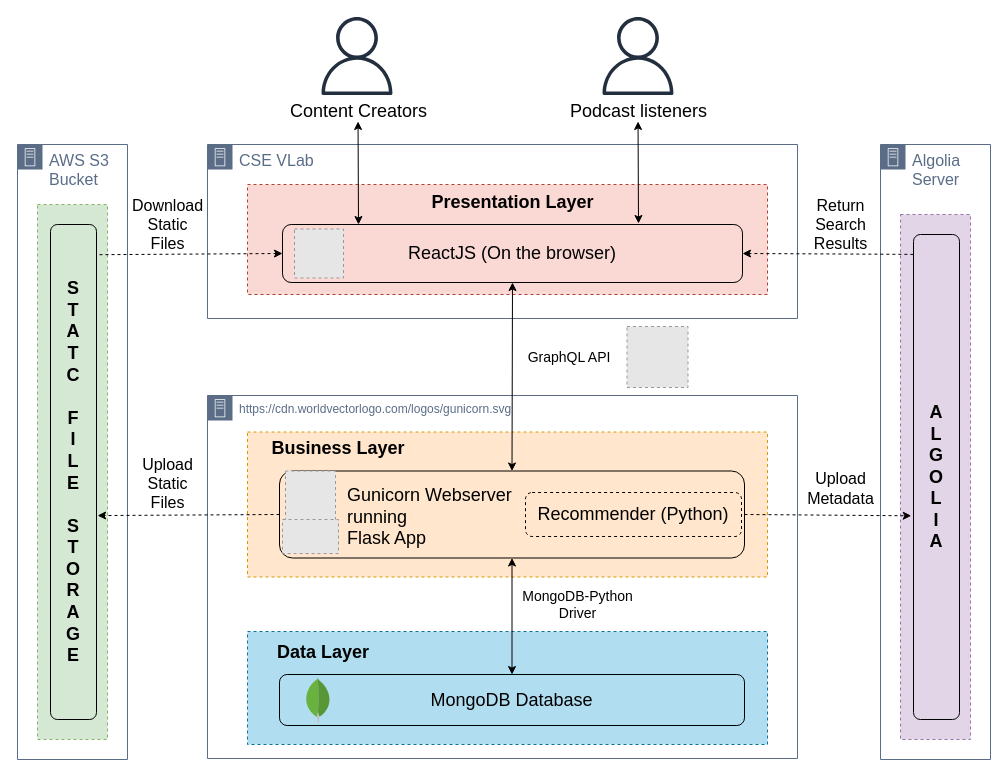
Above: docs/report/drawio/SystemArchitecture.drawio in Kevinwochan/Ultracast (draw.io), before the change. Source tidied: cells renumbered, new cells numbered last; positions are measured from the earlier drawing's top-left corner, leaving out a move shared by most shapes. Both pictures are drawn from the tidied source at 100%, with x=0, y=0 at pixel (17, 17). Pictures stored in the file or linked from it are replaced by grey dashed boxes.
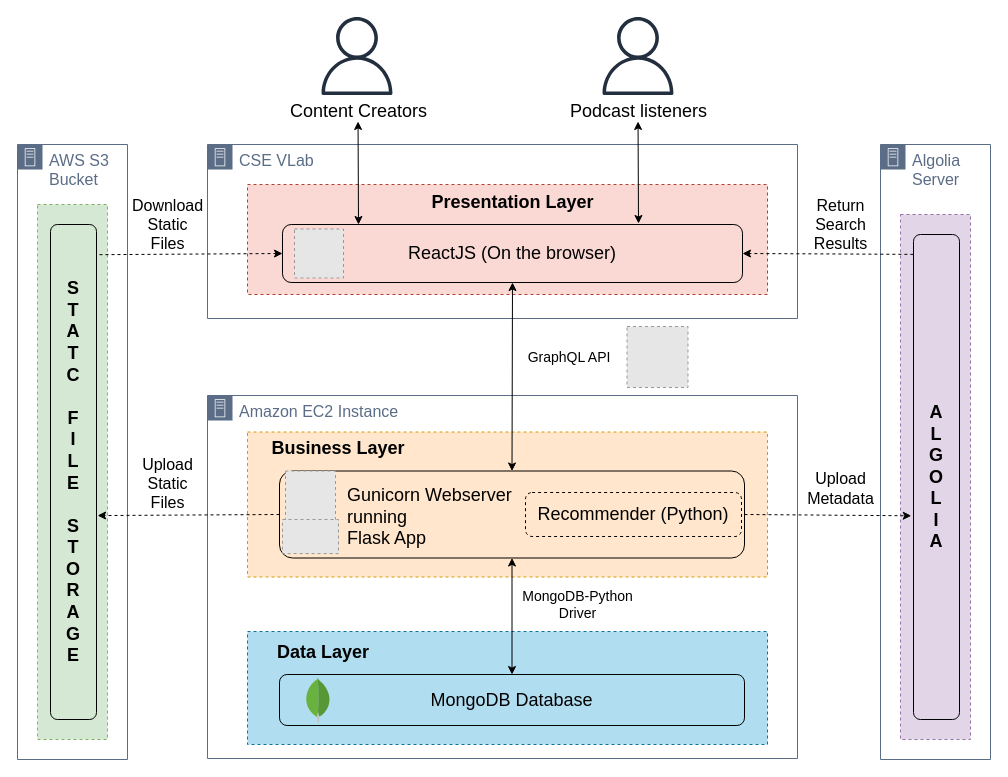
After the change.

Change to the diagram source:
```diff
@@
-    <mxCell id="2" value="https://cdn.worldvectorlogo.com/logos/gunicorn.svg" style="gradientColor=none;html=1;whiteSpace=wrap;fontSize=12;fontStyle=0;shape=mxgraph.aws4.group;grIcon=mxgraph.aws4.group_on_premise;strokeColor=#5A6C86;fillColor=none;verticalAlign=top;align=left;spacingLeft=30;fontColor=#5A6C86;dashed=0;" parent="1" vertex="1">
+    <mxCell id="2" value="&lt;font style=&quot;font-size: 16px&quot;&gt;Amazon EC2 Instance&lt;/font&gt;" style="gradientColor=none;html=1;whiteSpace=wrap;fontSize=12;fontStyle=0;shape=mxgraph.aws4.group;grIcon=mxgraph.aws4.group_on_premise;strokeColor=#5A6C86;fillColor=none;verticalAlign=top;align=left;spacingLeft=30;fontColor=#5A6C86;dashed=0;" parent="1" vertex="1">
       <mxGeometry x="190" y="378" width="590" height="363" as="geometry" />
     </mxCell>
```
